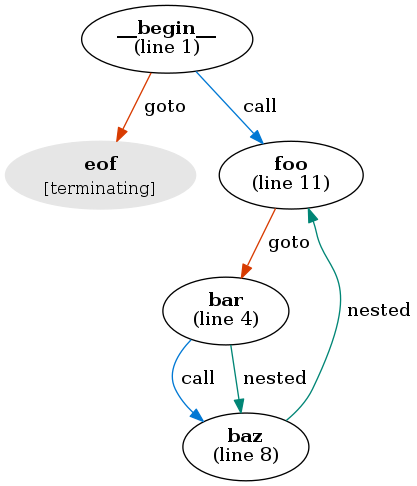
microsoft/cmd-call-graph keeps this Graphviz diagram as examples/example1-noshowall.png. Above is the earlier version. Its source is kept beside it as examples/example1-noshowall.dot.
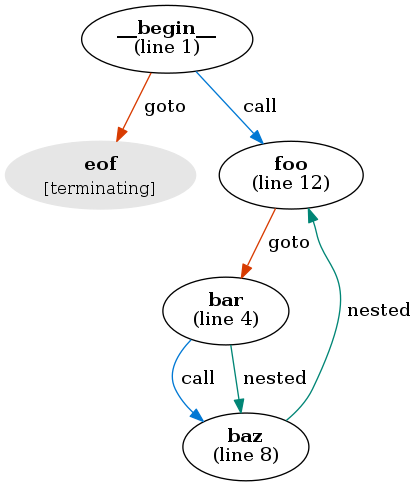
The same file after the commit.

Commit message:
Add example for --show-node-stats

The edit, as a diff of the source:
```diff
@@ -8,6 +8,6 @@
 "baz" [label=<<b>baz</b><br/>(line 8)>]
 "baz" -> "foo" [label=" nested",color="#008575"]
 "eof" [color="#e6e6e6",style=filled,label=<<b>eof</b><br/><sub>[terminating]</sub>>]
-"foo" [label=<<b>foo</b><br/>(line 11)>]
+"foo" [label=<<b>foo</b><br/>(line 12)>]
 "foo" -> "bar" [label=" goto",color="#d83b01"]
 }
```
